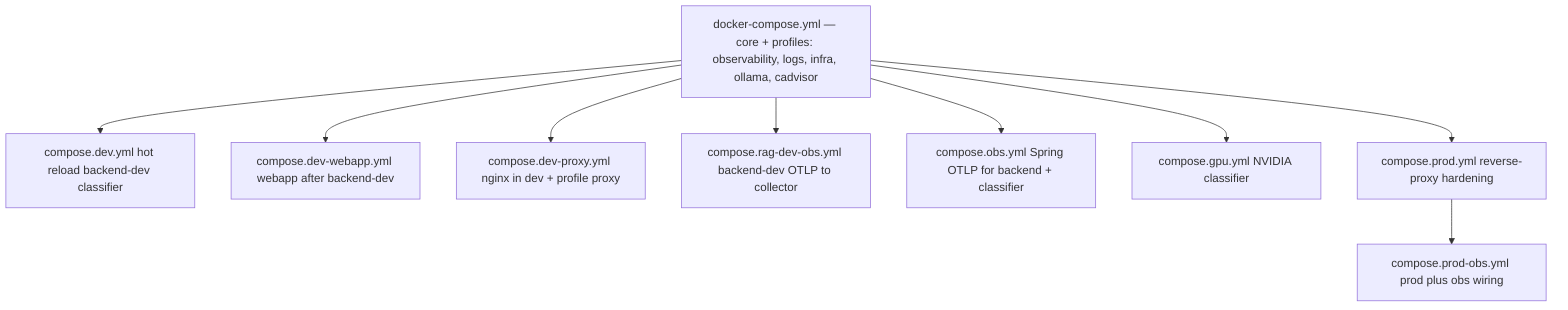
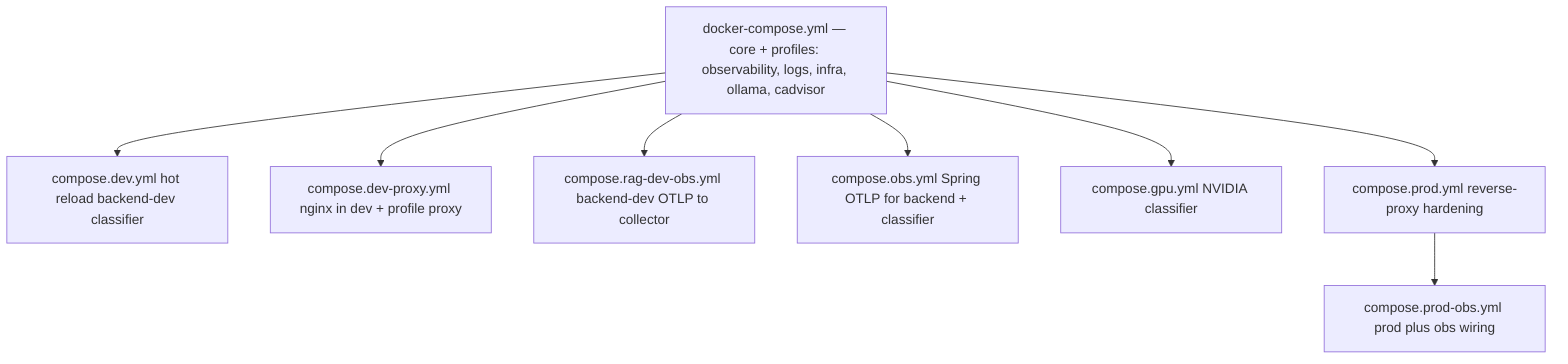
%% Conceptual layering: docker-compose.yml + profiles + thin overlays — see docker/README.md
flowchart TB
  ROOT["docker-compose.yml — core + profiles: observability, logs, infra, ollama, cadvisor"]

  ROOT --> P1[compose.dev.yml hot reload backend-dev classifier]
-   ROOT --> P2[compose.dev-webapp.yml webapp after backend-dev]
  ROOT --> P3[compose.dev-proxy.yml nginx in dev + profile proxy]
  ROOT --> P4[compose.rag-dev-obs.yml backend-dev OTLP to collector]

  ROOT --> O1[compose.obs.yml Spring OTLP for backend + classifier]
  ROOT --> G1[compose.gpu.yml NVIDIA classifier]

  ROOT --> PR[compose.prod.yml reverse-proxy hardening]
  PR --> PR2[compose.prod-obs.yml prod plus obs wiring]
